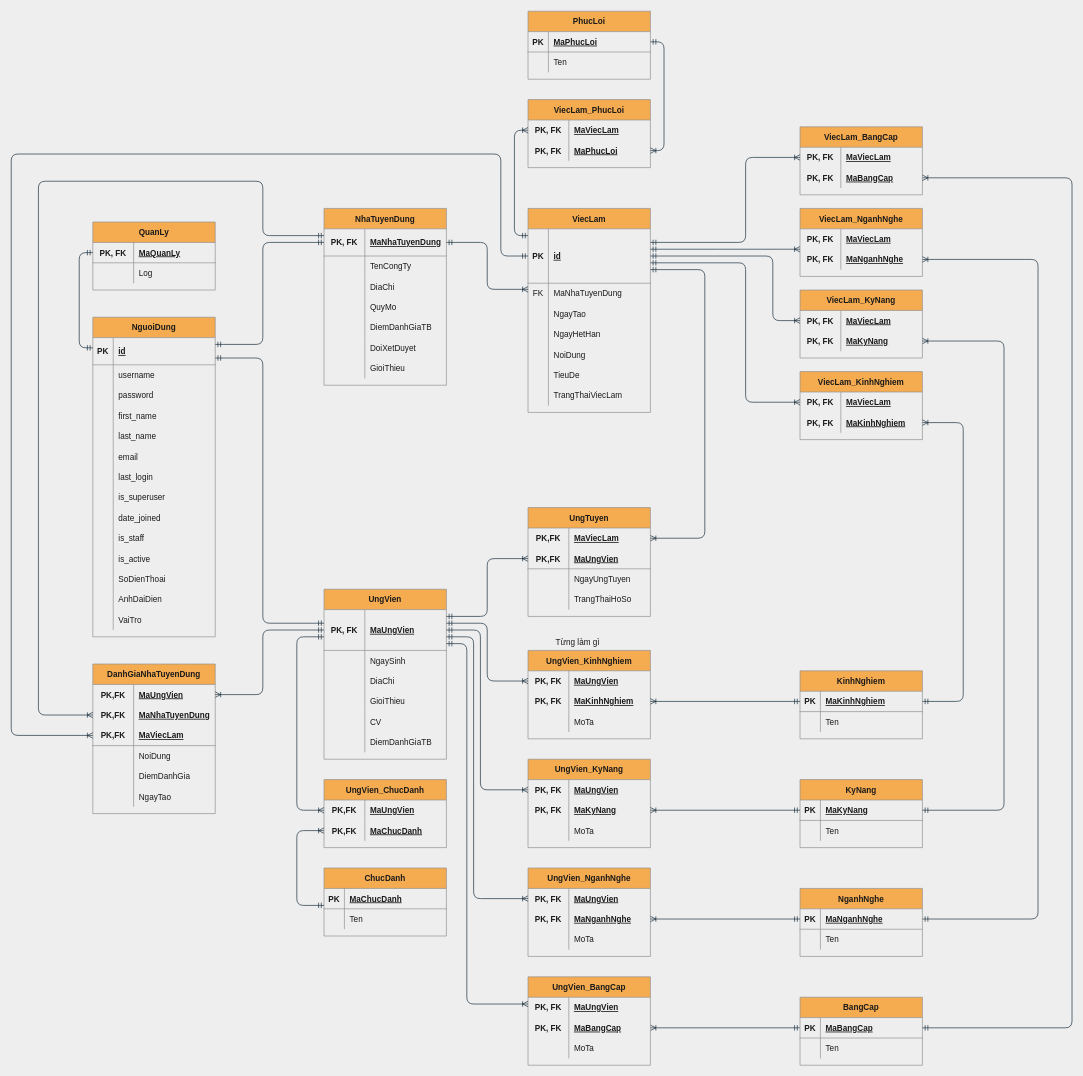
Before: page "ERD" (1 of 2) of docs/db_design.drawio in quoctann/website-gioi-thieu-viec-lam, a draw.io diagram. Source tidied: cells renumbered, new cells numbered last; positions are measured from the earlier drawing's top-left corner, leaving out a move shared by most shapes. Both pictures are drawn from the tidied source at 68%, with x=0, y=0 at pixel (11, 11).
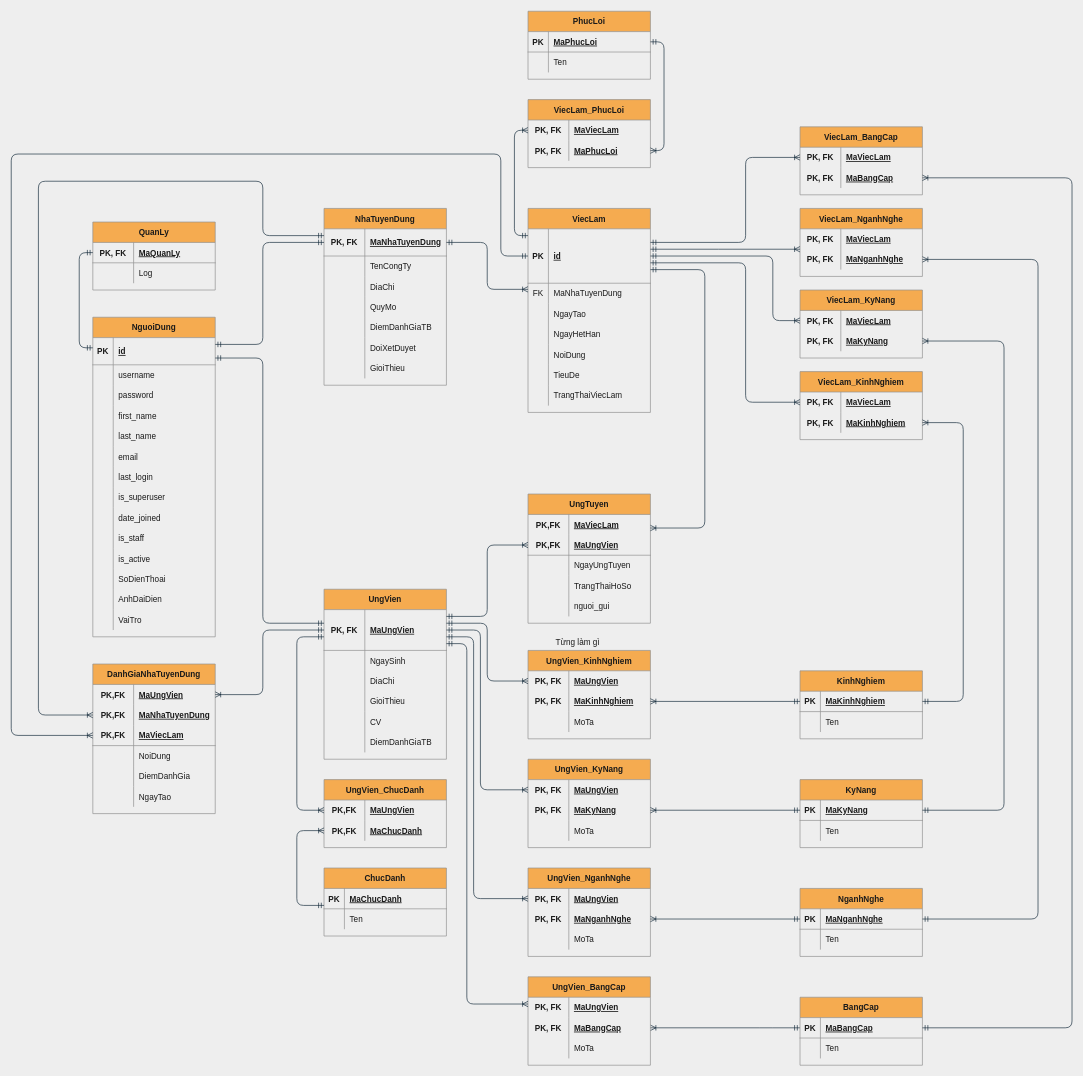
After the change.

Unchanged cells that the change refers to:
```xml
<mxCell id="75" style="shape=partialRectangle;fillColor=none;top=0;left=0;bottom=1;right=0;points=[[0,0.5],[1,0.5]];portConstraint=eastwest;strokeColor=#909090;fontColor=#1A1A1A;" parent="74" vertex="1">
  <mxGeometry y="30" width="180" height="60" as="geometry" />
</mxCell>
<mxCell id="94" style="shape=partialRectangle;fillColor=none;top=0;left=0;bottom=1;right=0;points=[[0,0.5],[1,0.5]];portConstraint=eastwest;strokeColor=#909090;fontColor=#1A1A1A;" parent="93" vertex="1">
  <mxGeometry y="30" width="180" height="80" as="geometry" />
</mxCell>
<mxCell id="134" style="shape=partialRectangle;fillColor=none;top=0;left=0;bottom=1;right=0;points=[[0,0.5],[1,0.5]];portConstraint=eastwest;strokeColor=none;fontColor=#1A1A1A;" parent="133" vertex="1">
  <mxGeometry y="30" width="180" height="30" as="geometry" />
</mxCell>
<mxCell id="137" style="shape=partialRectangle;top=0;left=0;bottom=1;right=0;points=[[0,0.5],[1,0.5]];portConstraint=eastwest;perimeterSpacing=0;fillColor=none;strokeWidth=1;sketch=0;shadow=0;strokeColor=#909090;fontColor=#1A1A1A;" parent="133" vertex="1">
  <mxGeometry y="60" width="180" height="30" as="geometry" />
</mxCell>
```

What changed in the source:
```diff
@@
     <mxCell id="133" value="UngTuyen" style="shape=table;startSize=30;childLayout=tableLayout;rowLines=0;fontStyle=1;align=center;fillColor=#F5AB50;strokeColor=#909090;fontColor=#1A1A1A;" parent="1" vertex="1">
-      <mxGeometry x="760" y="730" width="180" height="160" as="geometry" />
+      <mxGeometry x="760" y="710" width="180" height="190" as="geometry" />
     </mxCell>
@@
+    <mxCell id="301" style="shape=partialRectangle;fillColor=none;top=0;left=0;bottom=0;right=0;strokeColor=#909090;fontColor=#1A1A1A;" parent="133" vertex="1">
+      <mxGeometry y="150" width="180" height="30" as="geometry" />
+    </mxCell>
+    <mxCell id="302" style="shape=partialRectangle;fillColor=none;top=0;left=0;bottom=0;right=0;overflow=hidden;strokeColor=#909090;fontColor=#1A1A1A;" parent="301" vertex="1">
+      <mxGeometry width="60" height="30" as="geometry" />
+    </mxCell>
+    <mxCell id="303" value="nguoi_gui" style="shape=partialRectangle;fillColor=none;top=0;left=0;bottom=0;right=0;align=left;spacingLeft=6;overflow=hidden;strokeColor=#909090;fontColor=#1A1A1A;" parent="301" vertex="1">
+      <mxGeometry x="60" width="120" height="30" as="geometry" />
+    </mxCell>
     <mxCell id="146" style="edgeStyle=orthogonalEdgeStyle;rounded=1;jettySize=auto;html=1;startArrow=ERmandOne;startFill=0;endArrow=ERoneToMany;endFill=0;labelBackgroundColor=#EEEEEE;strokeColor=#182E3E;fontColor=#1A1A1A;" parent="1" edge="1" source="75" target="137">
       <mxGeometry relative="1" as="geometry">
         <Array as="points">
           <mxPoint x="700" y="890" />
-          <mxPoint x="700" y="805" />
+          <mxPoint x="700" y="785" />
         </Array>
       </mxGeometry>
     </mxCell>
     <mxCell id="147" style="edgeStyle=orthogonalEdgeStyle;rounded=1;jettySize=auto;html=1;startArrow=ERmandOne;startFill=0;endArrow=ERoneToMany;endFill=0;labelBackgroundColor=#EEEEEE;strokeColor=#182E3E;fontColor=#1A1A1A;" parent="1" edge="1" source="94" target="134">
       <mxGeometry relative="1" as="geometry">
         <Array as="points">
           <mxPoint x="1020" y="380" />
-          <mxPoint x="1020" y="775" />
+          <mxPoint x="1020" y="760" />
         </Array>
       </mxGeometry>
     </mxCell>
```
